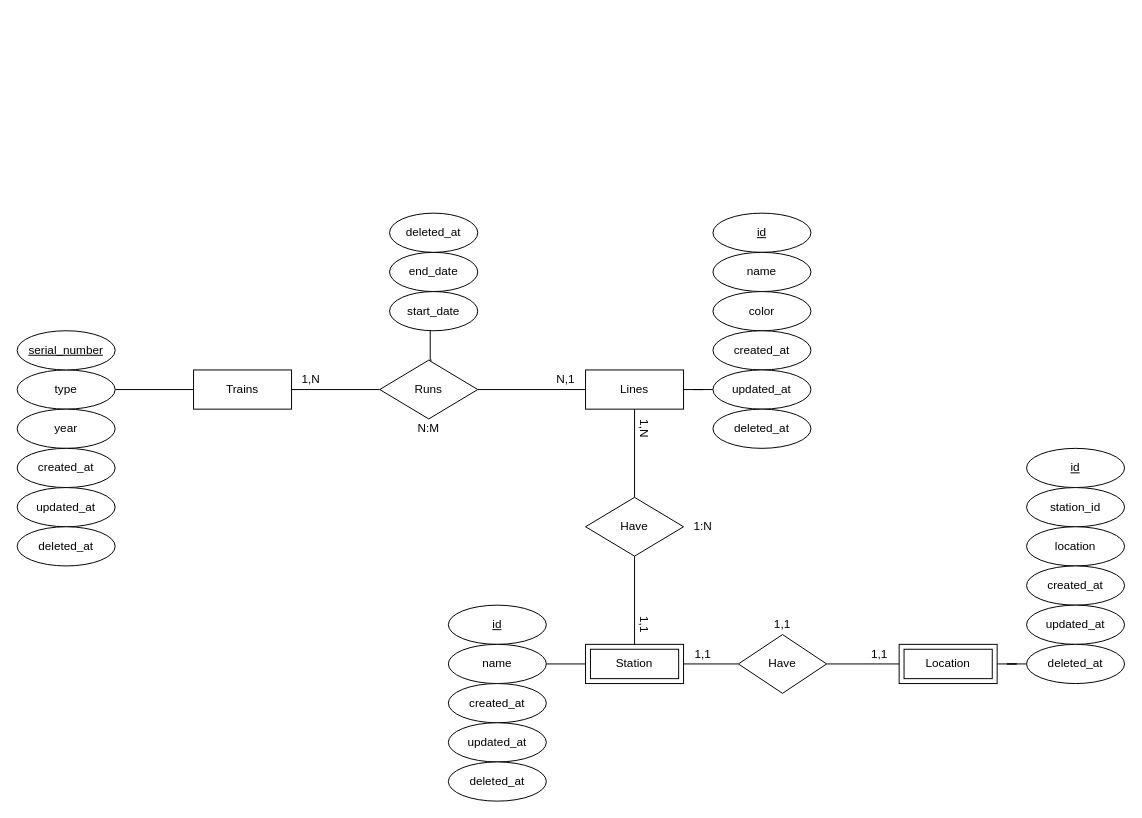
Before: docs/draw-io/diagrama-conceptual.drawio in JuanGomez31/metro-mariadb, a draw.io diagram. Source tidied: cells renumbered, new cells numbered last; positions are measured from the earlier drawing's top-left corner, leaving out a move shared by most shapes. Both pictures are drawn from the tidied source at 98%, with x=0, y=0 at pixel (17, 213).
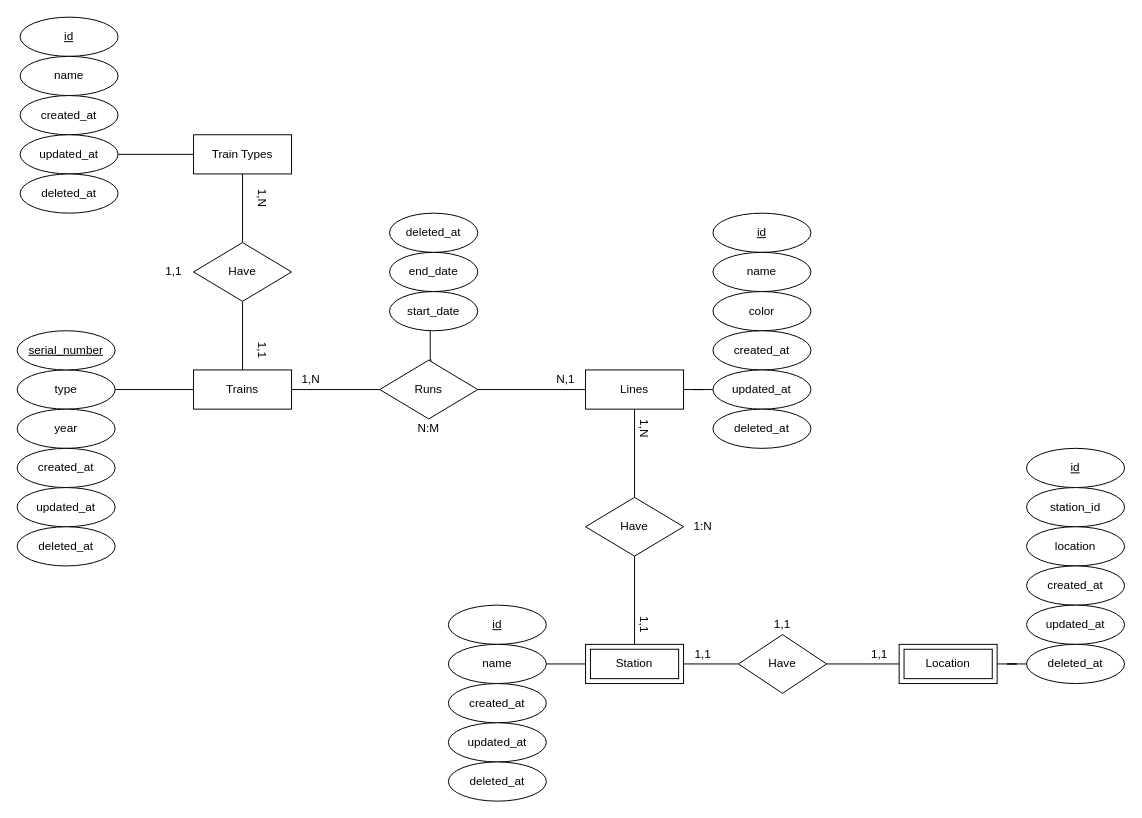
The same page after the edit.

Commit message (it also covers changes not shown here):
Añadido tipos de trenes al diagrama conceptual

Unchanged cells that the change refers to:
```xml
<mxCell id="4" value="Trains" style="whiteSpace=wrap;html=1;align=center;" parent="1" vertex="1">
  <mxGeometry x="180" y="160" width="100" height="40" as="geometry" />
</mxCell>
```

Change to the diagram source:
```diff
@@
+    <mxCell id="55" style="edgeStyle=orthogonalEdgeStyle;rounded=0;jettySize=auto;html=1;entryX=0.5;entryY=0;entryDx=0;entryDy=0;endArrow=none;endFill=0;" parent="1" edge="1" source="57" target="61">
+      <mxGeometry relative="1" as="geometry" />
+    </mxCell>
+    <mxCell id="56" style="edgeStyle=orthogonalEdgeStyle;rounded=0;jettySize=auto;html=1;entryX=1;entryY=0.5;entryDx=0;entryDy=0;endArrow=none;endFill=0;" parent="1" edge="1" source="57" target="66">
+      <mxGeometry relative="1" as="geometry" />
+    </mxCell>
+    <mxCell id="57" value="Train Types" style="whiteSpace=wrap;html=1;align=center;" parent="1" vertex="1">
+      <mxGeometry x="180" y="-80" width="100" height="40" as="geometry" />
+    </mxCell>
+    <mxCell id="58" value="id" style="ellipse;whiteSpace=wrap;html=1;align=center;fontStyle=4;" parent="1" vertex="1">
+      <mxGeometry x="3" y="-200" width="100" height="40" as="geometry" />
+    </mxCell>
+    <mxCell id="59" value="name" style="ellipse;whiteSpace=wrap;html=1;align=center;" parent="1" vertex="1">
+      <mxGeometry x="3" y="-160" width="100" height="40" as="geometry" />
+    </mxCell>
+    <mxCell id="60" style="edgeStyle=orthogonalEdgeStyle;rounded=0;jettySize=auto;html=1;entryX=0.5;entryY=0;entryDx=0;entryDy=0;endArrow=none;endFill=0;" parent="1" edge="1" source="61" target="4">
+      <mxGeometry relative="1" as="geometry" />
+    </mxCell>
+    <mxCell id="61" value="Have" style="shape=rhombus;perimeter=rhombusPerimeter;whiteSpace=wrap;html=1;align=center;" parent="1" vertex="1">
+      <mxGeometry x="180" y="30" width="100" height="60" as="geometry" />
+    </mxCell>
+    <mxCell id="62" value="1,N" style="text;html=1;strokeColor=none;fillColor=none;align=center;verticalAlign=middle;whiteSpace=wrap;rounded=0;rotation=90;" parent="1" vertex="1">
+      <mxGeometry x="230" y="-30" width="40" height="30" as="geometry" />
+    </mxCell>
+    <mxCell id="63" value="1,1" style="text;html=1;strokeColor=none;fillColor=none;align=center;verticalAlign=middle;whiteSpace=wrap;rounded=0;rotation=90;" parent="1" vertex="1">
+      <mxGeometry x="230" y="125" width="40" height="30" as="geometry" />
+    </mxCell>
+    <mxCell id="64" value="1,1" style="text;html=1;strokeColor=none;fillColor=none;align=center;verticalAlign=middle;whiteSpace=wrap;rounded=0;rotation=0;" parent="1" vertex="1">
+      <mxGeometry x="140" y="45" width="40" height="30" as="geometry" />
+    </mxCell>
+    <mxCell id="65" value="created_at" style="ellipse;whiteSpace=wrap;html=1;align=center;" parent="1" vertex="1">
+      <mxGeometry x="3" y="-120" width="100" height="40" as="geometry" />
+    </mxCell>
+    <mxCell id="66" value="updated_at" style="ellipse;whiteSpace=wrap;html=1;align=center;" parent="1" vertex="1">
+      <mxGeometry x="3" y="-80" width="100" height="40" as="geometry" />
+    </mxCell>
+    <mxCell id="67" value="deleted_at" style="ellipse;whiteSpace=wrap;html=1;align=center;" parent="1" vertex="1">
+      <mxGeometry x="3" y="-40" width="100" height="40" as="geometry" />
+    </mxCell>
```
